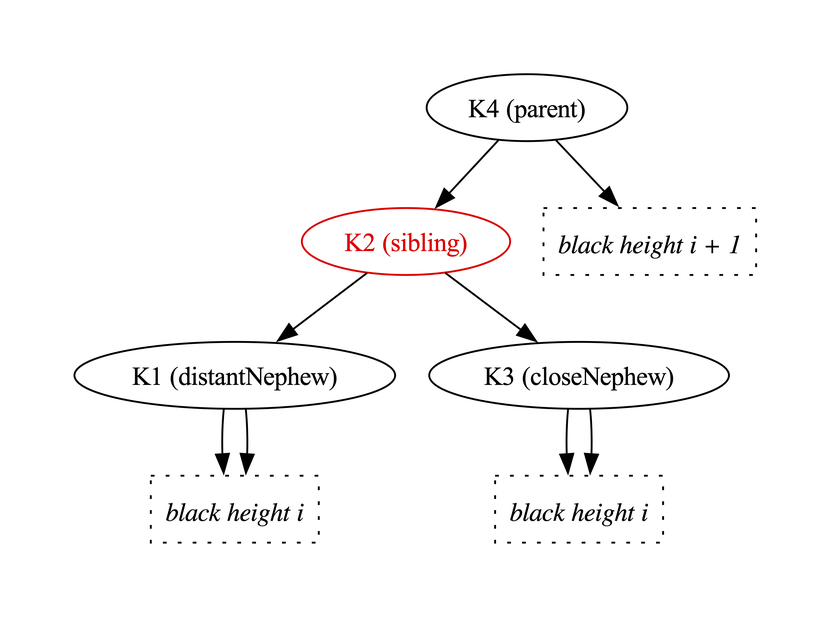
Before: Fw/DataStructures/docs/diagrams/removeBlackLeafNode/red-parent.png, a diagram exported from Graphviz (nasa/fprime). Its source is kept beside it as Fw/DataStructures/docs/diagrams/removeBlackLeafNode/red-parent.dot.
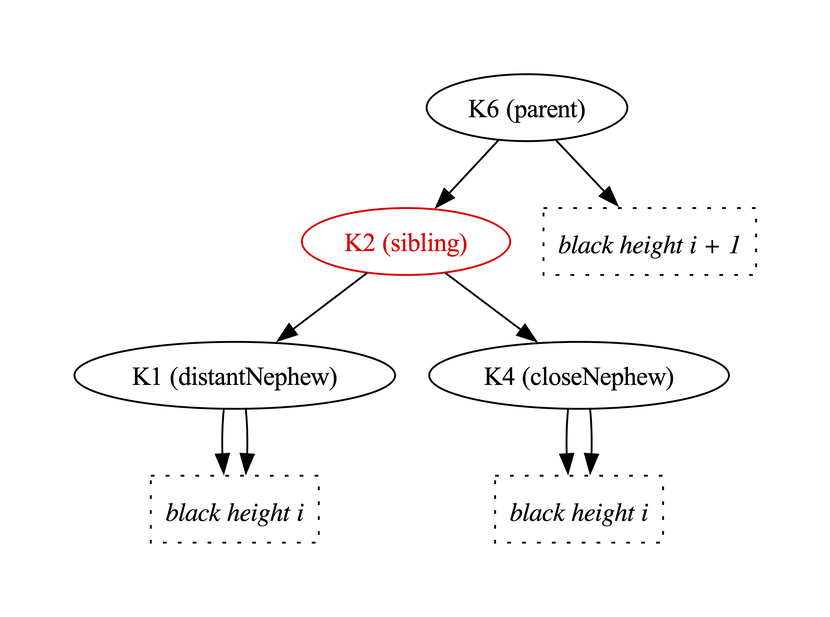
The same file after the commit.

The edit, as a diff of the source:
```diff
@@ -1,20 +1,20 @@
 digraph {
 
-  K4 -> K2
-  K4 -> BH1
+  K6 -> K2
+  K6 -> BH1
   K2 -> K1
-  K2 -> K3
+  K2 -> K4
 
   K1 -> BH2
   K1 -> BH2
 
-  K3 -> BH3
-  K3 -> BH3
+  K4 -> BH3
+  K4 -> BH3
 
   K1 [label="K1 (distantNephew)"]
   K2 [label="K2 (sibling)",color="red",fontcolor="red"]
-  K3 [label="K3 (closeNephew)"]
-  K4 [label="K4 (parent)"]
+  K4 [label="K4 (closeNephew)"]
+  K6 [label="K6 (parent)"]
 
   BH1 [shape="box",label="black height i + 1",style="dotted",fontname="Italic"]
   BH2 [shape="box",label="black height i",style="dotted",fontname="Italic"]
```
